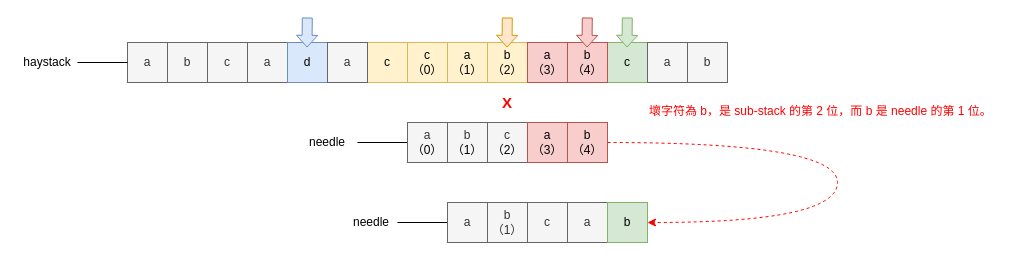
Earlier version of the draw.io diagram page "第 4 页" (3 of 3) of docs/0028_find_the_index_of_the_first_occurrence_in_a_string_bm_bc.drawio (rickbsr/example-leetcode). Source tidied: cells renumbered, new cells numbered last; positions are measured from the earlier drawing's top-left corner, leaving out a move shared by most shapes. Both pictures are drawn from the tidied source at 100%, with x=0, y=0 at pixel (17, 17).
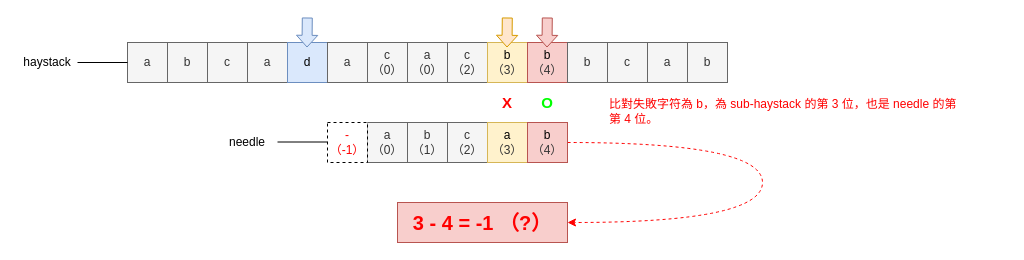
The same page after the edit.

What changed in the source:
```diff
@@
+    <mxCell id="40" value="&lt;font&gt;&lt;b&gt;O&lt;/b&gt;&lt;/font&gt;" style="rounded=0;whiteSpace=wrap;html=1;fontSize=15;strokeColor=none;fontColor=#00FF00;" parent="1" vertex="1">
+      <mxGeometry x="510" y="65" width="40" height="40" as="geometry" />
+    </mxCell>
@@
-    <mxCell id="7" value="c&lt;br&gt;（0）" style="rounded=0;whiteSpace=wrap;html=1;fillColor=#fff2cc;strokeColor=#d6b656;" parent="1" vertex="1">
-      <mxGeometry x="390" y="25" width="40" height="40" as="geometry" />
-    </mxCell>
+    <mxCell id="41" value="a&lt;br&gt;（0）" style="rounded=0;whiteSpace=wrap;html=1;fillColor=#f5f5f5;strokeColor=#666666;fontColor=#333333;" parent="1" vertex="1">
+      <mxGeometry x="390" y="25" width="40" height="40" as="geometry" />
+    </mxCell>
@@
-    <mxCell id="10" value="c" style="rounded=0;whiteSpace=wrap;html=1;fillColor=#fff2cc;strokeColor=#d6b656;" parent="1" vertex="1">
-      <mxGeometry x="350" y="25" width="40" height="40" as="geometry" />
-    </mxCell>
-    <mxCell id="11" value="c" style="rounded=0;whiteSpace=wrap;html=1;fillColor=#d5e8d4;strokeColor=#82b366;" parent="1" vertex="1">
-      <mxGeometry x="590" y="25" width="40" height="40" as="geometry" />
-    </mxCell>
+    <mxCell id="7" value="c&lt;br&gt;（0）" style="rounded=0;whiteSpace=wrap;html=1;fillColor=#f5f5f5;strokeColor=#666666;fontColor=#333333;" parent="1" vertex="1">
+      <mxGeometry x="350" y="25" width="40" height="40" as="geometry" />
+    </mxCell>
+    <mxCell id="31" value="c" style="rounded=0;whiteSpace=wrap;html=1;fillColor=#f5f5f5;strokeColor=#666666;fontColor=#333333;" parent="1" vertex="1">
+      <mxGeometry x="590" y="25" width="40" height="40" as="geometry" />
+    </mxCell>
@@
-    <mxCell id="14" style="shape=flexArrow;endArrow=classic;html=1;rounded=0;endWidth=10.263157894736842;endSize=3.5605263157894735;fillColor=#dae8fc;strokeColor=#6c8ebf;" parent="1" edge="1">
-      <mxGeometry relative="1" as="geometry">
-        <mxPoint x="289.8" as="sourcePoint" />
-        <mxPoint x="289.5" y="30" as="targetPoint" />
-      </mxGeometry>
-    </mxCell>
+    <mxCell id="42" style="shape=flexArrow;endArrow=classic;html=1;rounded=0;endWidth=10.263157894736842;endSize=3.5605263157894735;fillColor=#dae8fc;strokeColor=#6c8ebf;" parent="1" edge="1">
+      <mxGeometry relative="1" as="geometry">
+        <mxPoint x="289.8" as="sourcePoint" />
+        <mxPoint x="289.5" y="30" as="targetPoint" />
+      </mxGeometry>
+    </mxCell>
@@
-    <mxCell id="17" value="a&lt;br&gt;（1）" style="rounded=0;whiteSpace=wrap;html=1;fillColor=#fff2cc;strokeColor=#d6b656;" parent="1" vertex="1">
-      <mxGeometry x="430" y="25" width="40" height="40" as="geometry" />
-    </mxCell>
-    <mxCell id="18" value="b&lt;br&gt;（2）" style="rounded=0;whiteSpace=wrap;html=1;fillColor=#fff2cc;strokeColor=#d6b656;" parent="1" vertex="1">
-      <mxGeometry x="470" y="25" width="40" height="40" as="geometry" />
-    </mxCell>
-    <mxCell id="19" style="shape=flexArrow;endArrow=classic;html=1;rounded=0;endWidth=10.263157894736842;endSize=3.5605263157894735;fillColor=#d5e8d4;strokeColor=#82b366;" parent="1" edge="1">
-      <mxGeometry relative="1" as="geometry">
-        <mxPoint x="609.8" as="sourcePoint" />
-        <mxPoint x="609.5" y="30" as="targetPoint" />
-      </mxGeometry>
-    </mxCell>
-    <mxCell id="20" value="a&lt;br&gt;（3）" style="rounded=0;whiteSpace=wrap;html=1;fillColor=#f8cecc;strokeColor=#b85450;" parent="1" vertex="1">
-      <mxGeometry x="510" y="25" width="40" height="40" as="geometry" />
-    </mxCell>
-    <mxCell id="21" value="b&lt;br&gt;（4）" style="rounded=0;whiteSpace=wrap;html=1;fillColor=#f8cecc;strokeColor=#b85450;" parent="1" vertex="1">
-      <mxGeometry x="550" y="25" width="40" height="40" as="geometry" />
-    </mxCell>
-    <mxCell id="22" style="shape=flexArrow;endArrow=classic;html=1;rounded=0;endWidth=10.263157894736842;endSize=3.5605263157894735;fillColor=#f8cecc;strokeColor=#b85450;" parent="1" edge="1">
-      <mxGeometry relative="1" as="geometry">
-        <mxPoint x="569.8" as="sourcePoint" />
-        <mxPoint x="569.5" y="30" as="targetPoint" />
-      </mxGeometry>
-    </mxCell>
-    <mxCell id="23" style="shape=flexArrow;endArrow=classic;html=1;rounded=0;endWidth=10.263157894736842;endSize=3.5605263157894735;fillColor=#ffe6cc;strokeColor=#d79b00;" parent="1" edge="1">
-      <mxGeometry relative="1" as="geometry">
-        <mxPoint x="489.8" as="sourcePoint" />
-        <mxPoint x="489.5" y="30" as="targetPoint" />
-      </mxGeometry>
-    </mxCell>
-    <mxCell id="24" value="c&lt;br style=&quot;color: rgb(0, 0, 0);&quot;&gt;&lt;span style=&quot;color: rgb(0, 0, 0);&quot;&gt;（2）&lt;/span&gt;" style="rounded=0;whiteSpace=wrap;html=1;fillColor=#f5f5f5;strokeColor=#666666;fontColor=#333333;" parent="1" vertex="1">
-      <mxGeometry x="470" y="105" width="40" height="40" as="geometry" />
-    </mxCell>
-    <mxCell id="25" value="b&lt;br style=&quot;color: rgb(0, 0, 0);&quot;&gt;&lt;span style=&quot;color: rgb(0, 0, 0);&quot;&gt;（1）&lt;/span&gt;" style="rounded=0;whiteSpace=wrap;html=1;fillColor=#f5f5f5;strokeColor=#666666;fontColor=#333333;" parent="1" vertex="1">
-      <mxGeometry x="430" y="105" width="40" height="40" as="geometry" />
-    </mxCell>
-    <mxCell id="26" style="edgeStyle=orthogonalEdgeStyle;rounded=0;orthogonalLoop=1;jettySize=auto;html=1;exitX=1;exitY=0.5;exitDx=0;exitDy=0;entryX=0;entryY=0.5;entryDx=0;entryDy=0;endArrow=none;endFill=0;" parent="1" edge="1">
-      <mxGeometry relative="1" as="geometry">
-        <mxPoint x="340" y="125" as="sourcePoint" />
-        <mxPoint x="390" y="125" as="targetPoint" />
-      </mxGeometry>
-    </mxCell>
-    <mxCell id="27" value="needle" style="text;html=1;strokeColor=none;fillColor=none;align=center;verticalAlign=middle;whiteSpace=wrap;rounded=0;" parent="1" vertex="1">
-      <mxGeometry x="280" y="110" width="60" height="30" as="geometry" />
-    </mxCell>
-    <mxCell id="28" style="endArrow=classic;html=1;rounded=0;entryX=1;entryY=0.5;entryDx=0;entryDy=0;edgeStyle=orthogonalEdgeStyle;curved=1;strokeColor=#FF0000;dashed=1;exitX=1;exitY=0.5;exitDx=0;exitDy=0;" parent="1" edge="1" target="36">
-      <mxGeometry relative="1" as="geometry">
-        <mxPoint x="590" y="125" as="sourcePoint" />
-        <Array as="points">
-          <mxPoint x="820" y="125" />
-          <mxPoint x="820" y="205" />
-        </Array>
-      </mxGeometry>
-    </mxCell>
-    <mxCell id="29" value="a&lt;br&gt;（3）" style="rounded=0;whiteSpace=wrap;html=1;fillColor=#f8cecc;strokeColor=#b85450;" parent="1" vertex="1">
-      <mxGeometry x="510" y="105" width="40" height="40" as="geometry" />
-    </mxCell>
-    <mxCell id="30" value="b&lt;br&gt;（4）" style="rounded=0;whiteSpace=wrap;html=1;fillColor=#f8cecc;strokeColor=#b85450;" parent="1" vertex="1">
-      <mxGeometry x="550" y="105" width="40" height="40" as="geometry" />
-    </mxCell>
-    <mxCell id="31" value="c" style="rounded=0;whiteSpace=wrap;html=1;fillColor=#f5f5f5;strokeColor=#666666;fontColor=#333333;" parent="1" vertex="1">
-      <mxGeometry x="510" y="185" width="40" height="40" as="geometry" />
-    </mxCell>
-    <mxCell id="32" value="b&lt;br&gt;（1）" style="rounded=0;whiteSpace=wrap;html=1;fillColor=#f5f5f5;strokeColor=#666666;fontColor=#333333;" parent="1" vertex="1">
-      <mxGeometry x="470" y="185" width="40" height="40" as="geometry" />
-    </mxCell>
-    <mxCell id="33" style="edgeStyle=orthogonalEdgeStyle;rounded=0;orthogonalLoop=1;jettySize=auto;html=1;exitX=1;exitY=0.5;exitDx=0;exitDy=0;entryX=0;entryY=0.5;entryDx=0;entryDy=0;endArrow=none;endFill=0;" parent="1" edge="1">
-      <mxGeometry relative="1" as="geometry">
-        <mxPoint x="380" y="205" as="sourcePoint" />
-        <mxPoint x="430" y="205" as="targetPoint" />
-      </mxGeometry>
-    </mxCell>
-    <mxCell id="34" value="needle" style="text;html=1;strokeColor=none;fillColor=none;align=center;verticalAlign=middle;whiteSpace=wrap;rounded=0;" parent="1" vertex="1">
-      <mxGeometry x="324" y="190" width="60" height="30" as="geometry" />
-    </mxCell>
-    <mxCell id="35" value="a" style="rounded=0;whiteSpace=wrap;html=1;fillColor=#f5f5f5;fontColor=#333333;strokeColor=#666666;" parent="1" vertex="1">
-      <mxGeometry x="550" y="185" width="40" height="40" as="geometry" />
-    </mxCell>
+    <mxCell id="43" value="c&lt;br style=&quot;color: rgb(51, 51, 51);&quot;&gt;&lt;span style=&quot;color: rgb(51, 51, 51);&quot;&gt;（2）&lt;/span&gt;" style="rounded=0;whiteSpace=wrap;html=1;fillColor=#f5f5f5;strokeColor=#666666;fontColor=#333333;" parent="1" vertex="1">
+      <mxGeometry x="430" y="105" width="40" height="40" as="geometry" />
+    </mxCell>
+    <mxCell id="44" value="a&lt;br&gt;（0）" style="rounded=0;whiteSpace=wrap;html=1;fillColor=#f5f5f5;fontColor=#333333;strokeColor=#666666;" parent="1" vertex="1">
+      <mxGeometry x="350" y="105" width="40" height="40" as="geometry" />
+    </mxCell>
+    <mxCell id="45" value="b&lt;br style=&quot;color: rgb(51, 51, 51);&quot;&gt;&lt;span style=&quot;color: rgb(51, 51, 51);&quot;&gt;（1）&lt;/span&gt;" style="rounded=0;whiteSpace=wrap;html=1;fillColor=#f5f5f5;strokeColor=#666666;fontColor=#333333;" parent="1" vertex="1">
+      <mxGeometry x="390" y="105" width="40" height="40" as="geometry" />
+    </mxCell>
+    <mxCell id="46" style="edgeStyle=orthogonalEdgeStyle;rounded=0;orthogonalLoop=1;jettySize=auto;html=1;exitX=1;exitY=0.5;exitDx=0;exitDy=0;entryX=0;entryY=0.5;entryDx=0;entryDy=0;endArrow=none;endFill=0;" parent="1" edge="1">
+      <mxGeometry relative="1" as="geometry">
+        <mxPoint x="260" y="124.5" as="sourcePoint" />
+        <mxPoint x="310" y="124.5" as="targetPoint" />
+      </mxGeometry>
+    </mxCell>
+    <mxCell id="47" value="needle" style="text;html=1;strokeColor=none;fillColor=none;align=center;verticalAlign=middle;whiteSpace=wrap;rounded=0;" parent="1" vertex="1">
+      <mxGeometry x="200" y="110" width="60" height="30" as="geometry" />
+    </mxCell>
+    <mxCell id="48" value="c&lt;br&gt;（2）" style="rounded=0;whiteSpace=wrap;html=1;fillColor=#f5f5f5;strokeColor=#666666;fontColor=#333333;" parent="1" vertex="1">
+      <mxGeometry x="430" y="25" width="40" height="40" as="geometry" />
+    </mxCell>
+    <mxCell id="49" value="b&lt;br style=&quot;color: rgb(51, 51, 51);&quot;&gt;&lt;span style=&quot;color: rgb(51, 51, 51);&quot;&gt;（3）&lt;/span&gt;" style="rounded=0;whiteSpace=wrap;html=1;fillColor=#fff2cc;strokeColor=#d6b656;" parent="1" vertex="1">
+      <mxGeometry x="470" y="25" width="40" height="40" as="geometry" />
+    </mxCell>
+    <mxCell id="50" value="b&lt;br style=&quot;color: rgb(51, 51, 51);&quot;&gt;&lt;span style=&quot;color: rgb(51, 51, 51);&quot;&gt;（4）&lt;/span&gt;" style="rounded=0;whiteSpace=wrap;html=1;fillColor=#f8cecc;strokeColor=#b85450;" parent="1" vertex="1">
+      <mxGeometry x="510" y="25" width="40" height="40" as="geometry" />
+    </mxCell>
-    <mxCell id="36" value="b" style="rounded=0;whiteSpace=wrap;html=1;fillColor=#d5e8d4;strokeColor=#82b366;" parent="1" vertex="1">
-      <mxGeometry x="590" y="185" width="40" height="40" as="geometry" />
+    <mxCell id="36" value="b" style="rounded=0;whiteSpace=wrap;html=1;fillColor=#f5f5f5;strokeColor=#666666;fontColor=#333333;" parent="1" vertex="1">
+      <mxGeometry x="550" y="25" width="40" height="40" as="geometry" />
     </mxCell>
-    <mxCell id="37" value="a" style="rounded=0;whiteSpace=wrap;html=1;fillColor=#f5f5f5;fontColor=#333333;strokeColor=#666666;" parent="1" vertex="1">
-      <mxGeometry x="430" y="185" width="40" height="40" as="geometry" />
-    </mxCell>
-    <mxCell id="38" value="a&lt;br style=&quot;color: rgb(0, 0, 0);&quot;&gt;&lt;span style=&quot;color: rgb(0, 0, 0);&quot;&gt;（0）&lt;/span&gt;" style="rounded=0;whiteSpace=wrap;html=1;fillColor=#f5f5f5;fontColor=#333333;strokeColor=#666666;" parent="1" vertex="1">
-      <mxGeometry x="390" y="105" width="40" height="40" as="geometry" />
-    </mxCell>
-    <mxCell id="39" value="&lt;font&gt;壞字符為 b，是 sub-stack 的第 2 位，而 b 是 needle 的第 1 位。&lt;br&gt;&lt;/font&gt;" style="text;html=1;strokeColor=none;fillColor=none;align=left;verticalAlign=middle;whiteSpace=wrap;rounded=0;fontColor=#FF0000;" parent="1" vertex="1">
-      <mxGeometry x="630" y="65" width="360" height="57.5" as="geometry" />
-    </mxCell>
+    <mxCell id="51" style="shape=flexArrow;endArrow=classic;html=1;rounded=0;endWidth=10.263157894736842;endSize=3.5605263157894735;fillColor=#f8cecc;strokeColor=#b85450;" parent="1" edge="1">
+      <mxGeometry relative="1" as="geometry">
+        <mxPoint x="529.8" as="sourcePoint" />
+        <mxPoint x="529.5" y="30" as="targetPoint" />
+      </mxGeometry>
+    </mxCell>
+    <mxCell id="52" style="endArrow=classic;html=1;rounded=0;entryX=1;entryY=0.5;entryDx=0;entryDy=0;edgeStyle=orthogonalEdgeStyle;curved=1;strokeColor=#FF0000;dashed=1;exitX=1;exitY=0.5;exitDx=0;exitDy=0;" parent="1" edge="1" source="54">
+      <mxGeometry relative="1" as="geometry">
+        <mxPoint x="550" y="205" as="targetPoint" />
+        <Array as="points">
+          <mxPoint x="745" y="125" />
+          <mxPoint x="745" y="205" />
+        </Array>
+      </mxGeometry>
+    </mxCell>
+    <mxCell id="53" value="a&lt;br style=&quot;color: rgb(51, 51, 51);&quot;&gt;&lt;span style=&quot;color: rgb(51, 51, 51);&quot;&gt;（3）&lt;/span&gt;" style="rounded=0;whiteSpace=wrap;html=1;fillColor=#fff2cc;strokeColor=#d6b656;" parent="1" vertex="1">
+      <mxGeometry x="470" y="105" width="40" height="40" as="geometry" />
+    </mxCell>
+    <mxCell id="54" value="b&lt;br style=&quot;color: rgb(51, 51, 51);&quot;&gt;&lt;span style=&quot;color: rgb(51, 51, 51);&quot;&gt;（4）&lt;/span&gt;" style="rounded=0;whiteSpace=wrap;html=1;fillColor=#f8cecc;strokeColor=#b85450;" parent="1" vertex="1">
+      <mxGeometry x="510" y="105" width="40" height="40" as="geometry" />
+    </mxCell>
+    <mxCell id="55" style="shape=flexArrow;endArrow=classic;html=1;rounded=0;endWidth=10.263157894736842;endSize=3.5605263157894735;fillColor=#ffe6cc;strokeColor=#d79b00;" parent="1" edge="1">
+      <mxGeometry relative="1" as="geometry">
+        <mxPoint x="489.8" as="sourcePoint" />
+        <mxPoint x="489.5" y="30" as="targetPoint" />
+      </mxGeometry>
+    </mxCell>
+    <mxCell id="56" value="-&lt;br&gt;（-1）" style="rounded=0;whiteSpace=wrap;html=1;dashed=1;fontColor=#FF0000;" parent="1" vertex="1">
+      <mxGeometry x="310" y="105" width="40" height="40" as="geometry" />
+    </mxCell>
+    <mxCell id="57" value="&lt;font&gt;比對失敗字符為 b，為 sub-haystack 的第 3 位，也是 needle 的第第 4 位。&lt;br&gt;&lt;/font&gt;" style="text;html=1;strokeColor=none;fillColor=none;align=left;verticalAlign=middle;whiteSpace=wrap;rounded=0;fontColor=#FF0000;" parent="1" vertex="1">
+      <mxGeometry x="590" y="65" width="360" height="57.5" as="geometry" />
+    </mxCell>
+    <mxCell id="58" value="&lt;b style=&quot;font-size: 20px;&quot;&gt;&lt;font color=&quot;#ff0000&quot; style=&quot;font-size: 20px;&quot;&gt;3 - 4 = -1 （?）&lt;/font&gt;&lt;/b&gt;" style="rounded=0;whiteSpace=wrap;html=1;fontSize=20;strokeColor=#b85450;fillColor=#f8cecc;" parent="1" vertex="1">
+      <mxGeometry x="380" y="185" width="170" height="40" as="geometry" />
+    </mxCell>
```
